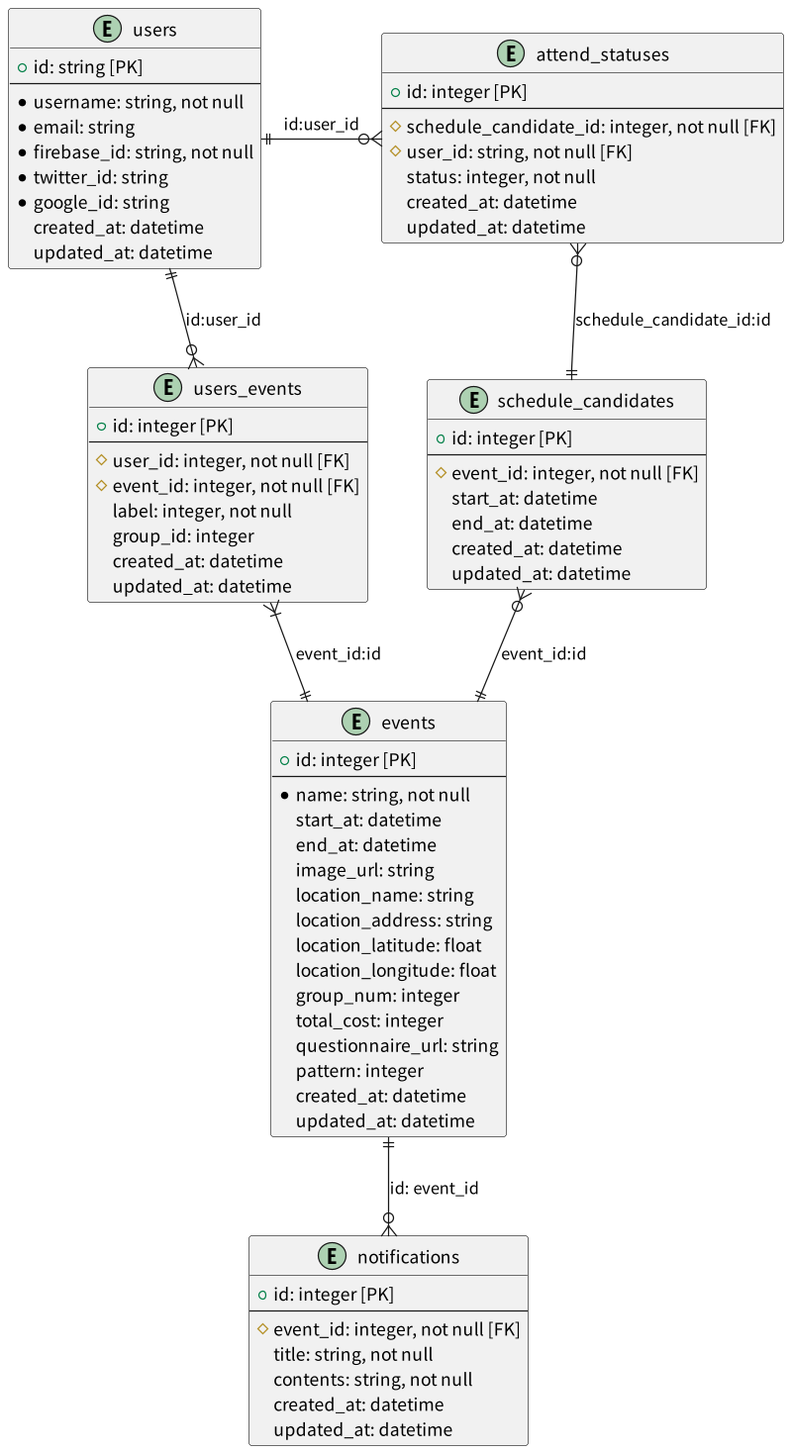
The PlantUML diagram docs/plantuml/er.png in ITK13201/schetify-api, before a commit.
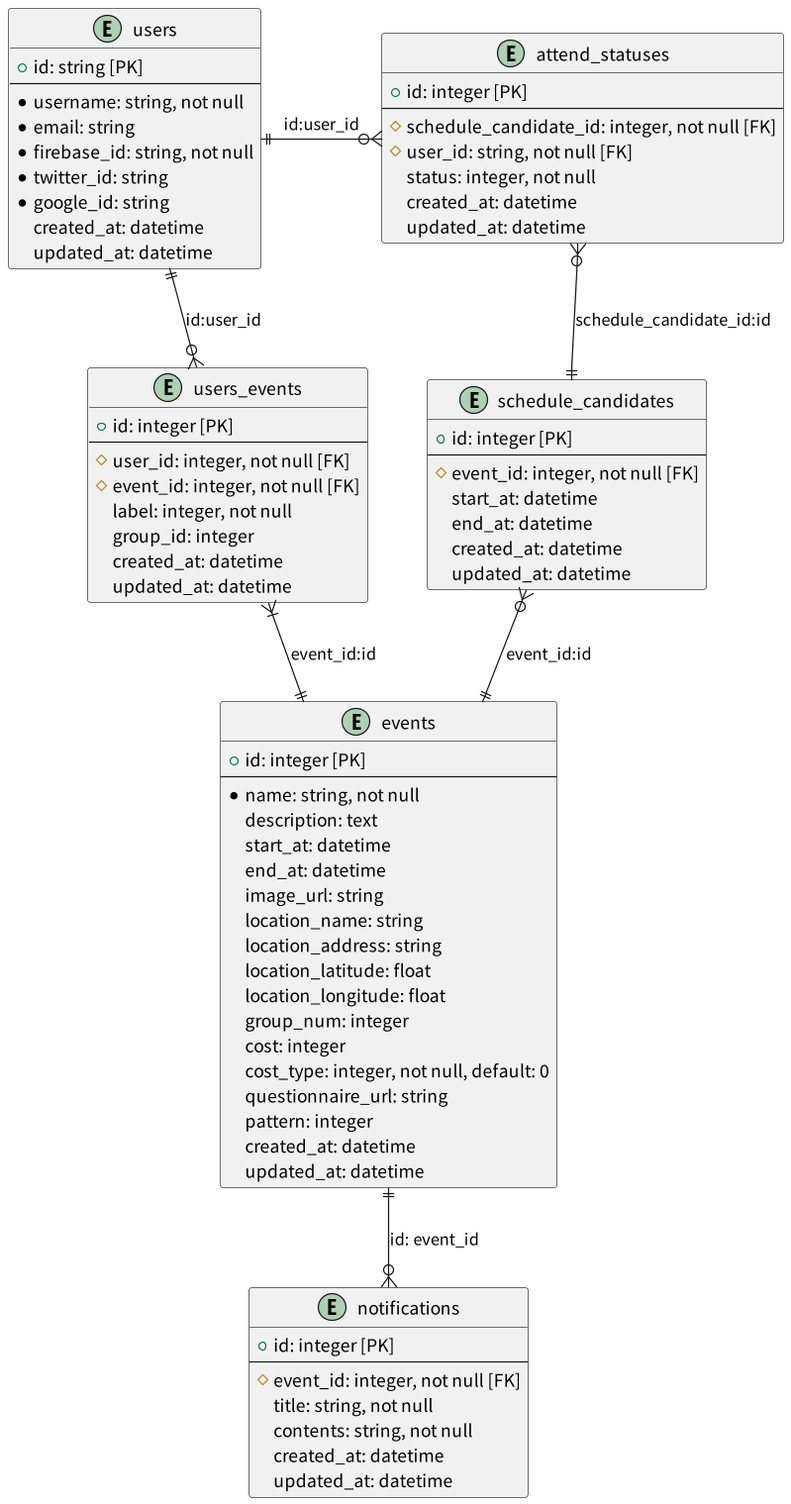
The same file after the commit.

Change to the diagram source:
```diff
@@ -29,6 +29,7 @@
     + id: integer [PK]
     --
     * name: string, not null
+    description: text
     start_at: datetime
     end_at: datetime
     image_url: string
@@ -37,7 +38,8 @@
     location_latitude: float
     location_longitude: float
     group_num: integer
-    total_cost: integer
+    cost: integer
+    cost_type: integer, not null, default: 0
     questionnaire_url: string
     pattern: integer
     created_at: datetime
```
